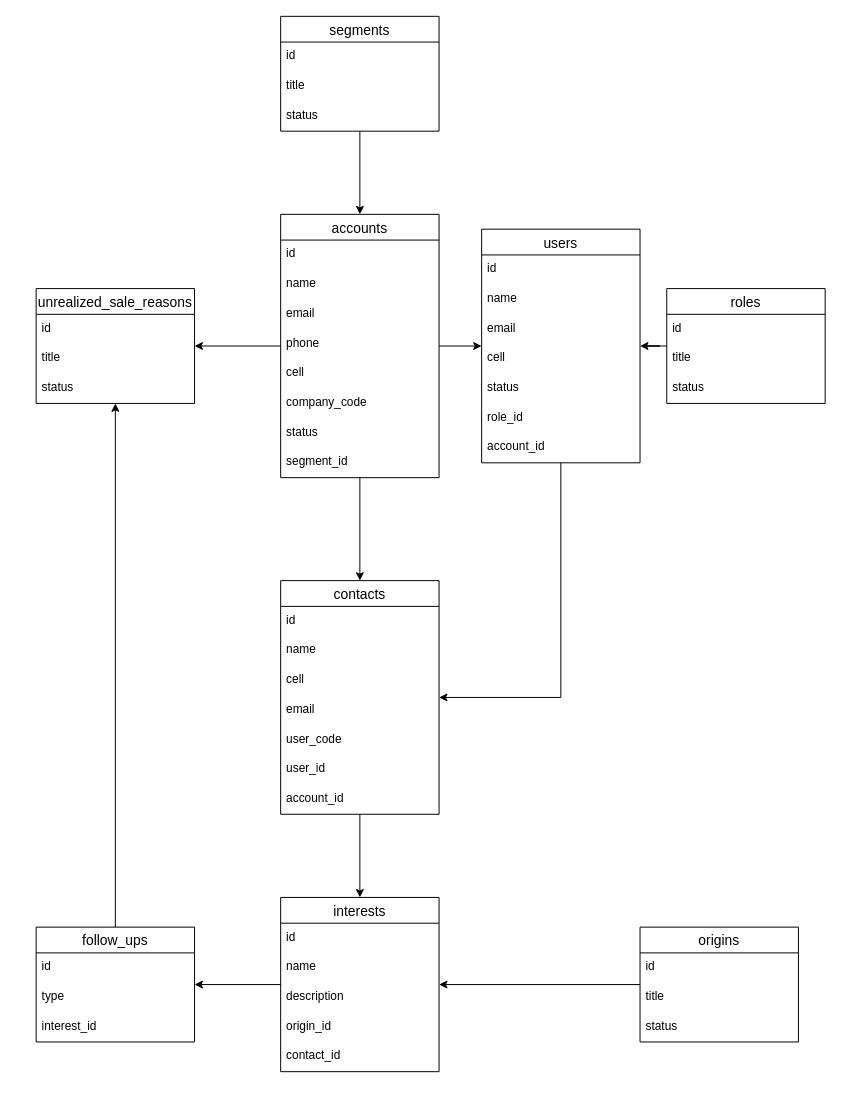
The draw.io diagram struct-db.drawio in thiago662/crm-core, before the edit. Source tidied: cells renumbered, new cells numbered last; positions are measured from the earlier drawing's top-left corner, leaving out a move shared by most shapes. Both pictures are drawn from the tidied source at 99%, with x=0, y=0 at pixel (36, 16).
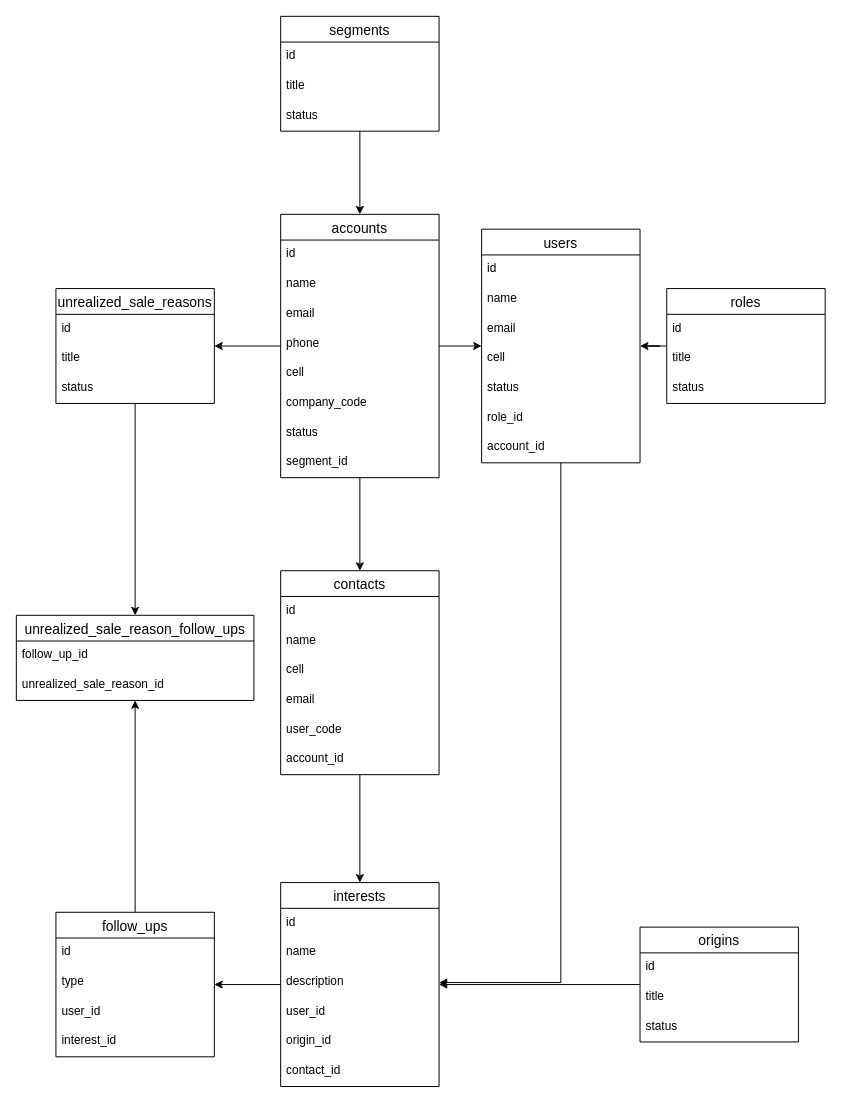
Above is the later version.

Unchanged cells that the change refers to:
```xml
<mxCell id="20" value="users" style="swimlane;fontStyle=0;horizontal=1;startSize=26;align=center;fontSize=14;" parent="1" vertex="1">
  <mxGeometry x="450" y="215" width="160" height="236" as="geometry" />
</mxCell>
```

Change to the diagram source:
```diff
@@
-    <mxCell id="19" style="edgeStyle=orthogonalEdgeStyle;rounded=0;jettySize=auto;html=1;" parent="1" edge="1" source="20" target="36">
+    <mxCell id="19" style="edgeStyle=orthogonalEdgeStyle;rounded=0;jettySize=auto;html=1;" parent="1" edge="1" source="20" target="29">
       <mxGeometry relative="1" as="geometry">
         <Array as="points">
-          <mxPoint x="530" y="688" />
+          <mxPoint x="530" y="976" />
         </Array>
       </mxGeometry>
     </mxCell>
@@
     <mxCell id="29" value="interests" style="swimlane;fontStyle=0;horizontal=1;startSize=26;align=center;fontSize=14;" parent="1" vertex="1">
-      <mxGeometry x="247" y="890" width="160" height="176" as="geometry" />
+      <mxGeometry x="247" y="875" width="160" height="206" as="geometry" />
     </mxCell>
@@
+    <mxCell id="42" value="user_id" style="text;strokeColor=none;fillColor=none;spacingLeft=4;spacingRight=4;overflow=hidden;fontSize=12;" parent="29" vertex="1">
+      <mxGeometry y="116" width="160" height="30" as="geometry" />
+    </mxCell>
     <mxCell id="33" value="origin_id" style="text;strokeColor=none;fillColor=none;spacingLeft=4;spacingRight=4;overflow=hidden;fontSize=12;" parent="29" vertex="1">
-      <mxGeometry y="116" width="160" height="30" as="geometry" />
+      <mxGeometry y="146" width="160" height="30" as="geometry" />
     </mxCell>
     <mxCell id="34" value="contact_id" style="text;strokeColor=none;fillColor=none;spacingLeft=4;spacingRight=4;overflow=hidden;fontSize=12;" parent="29" vertex="1">
-      <mxGeometry y="146" width="160" height="30" as="geometry" />
+      <mxGeometry y="176" width="160" height="30" as="geometry" />
     </mxCell>
@@
     <mxCell id="36" value="contacts" style="swimlane;fontStyle=0;horizontal=1;startSize=26;align=center;fontSize=14;" parent="1" vertex="1">
-      <mxGeometry x="247" y="570" width="160" height="236" as="geometry" />
+      <mxGeometry x="247" y="560" width="160" height="206" as="geometry" />
     </mxCell>
@@
-    <mxCell id="42" value="user_id" style="text;strokeColor=none;fillColor=none;spacingLeft=4;spacingRight=4;overflow=hidden;fontSize=12;" parent="36" vertex="1">
-      <mxGeometry y="176" width="160" height="30" as="geometry" />
-    </mxCell>
     <mxCell id="43" value="account_id" style="text;strokeColor=none;fillColor=none;spacingLeft=4;spacingRight=4;overflow=hidden;fontSize=12;" parent="36" vertex="1">
-      <mxGeometry y="206" width="160" height="30" as="geometry" />
+      <mxGeometry y="176" width="160" height="30" as="geometry" />
     </mxCell>
+    <mxCell id="63" style="edgeStyle=orthogonalEdgeStyle;rounded=0;jettySize=auto;html=1;" parent="1" edge="1" source="44" target="66">
+      <mxGeometry relative="1" as="geometry" />
+    </mxCell>
     <mxCell id="44" value="unrealized_sale_reasons" style="swimlane;fontStyle=0;horizontal=1;startSize=26;align=center;fontSize=14;" parent="1" vertex="1">
-      <mxGeometry y="275" width="160" height="116" as="geometry" />
+      <mxGeometry x="20" y="275" width="160" height="116" as="geometry" />
     </mxCell>
@@
-    <mxCell id="48" style="edgeStyle=orthogonalEdgeStyle;rounded=0;jettySize=auto;html=1;" parent="1" edge="1" source="49" target="44">
-      <mxGeometry relative="1" as="geometry" />
-    </mxCell>
+    <mxCell id="64" style="edgeStyle=orthogonalEdgeStyle;rounded=0;jettySize=auto;html=1;" parent="1" edge="1" source="49" target="66">
+      <mxGeometry relative="1" as="geometry" />
+    </mxCell>
     <mxCell id="49" value="follow_ups" style="swimlane;fontStyle=0;horizontal=1;startSize=26;align=center;fontSize=14;" parent="1" vertex="1">
-      <mxGeometry y="920" width="160" height="116" as="geometry" />
+      <mxGeometry x="20" y="905" width="160" height="146" as="geometry" />
     </mxCell>
@@
+    <mxCell id="65" value="user_id" style="text;strokeColor=none;fillColor=none;spacingLeft=4;spacingRight=4;overflow=hidden;fontSize=12;" parent="49" vertex="1">
+      <mxGeometry y="86" width="160" height="30" as="geometry" />
+    </mxCell>
     <mxCell id="52" value="interest_id" style="text;strokeColor=none;fillColor=none;spacingLeft=4;spacingRight=4;overflow=hidden;fontSize=12;" parent="49" vertex="1">
-      <mxGeometry y="86" width="160" height="30" as="geometry" />
+      <mxGeometry y="116" width="160" height="30" as="geometry" />
     </mxCell>
@@
+    <mxCell id="66" value="unrealized_sale_reason_follow_ups" style="swimlane;fontStyle=0;horizontal=1;startSize=26;align=center;fontSize=14;" parent="1" vertex="1">
+      <mxGeometry x="-20" y="605" width="240" height="86" as="geometry" />
+    </mxCell>
+    <mxCell id="67" value="follow_up_id" style="text;strokeColor=none;fillColor=none;spacingLeft=4;spacingRight=4;overflow=hidden;fontSize=12;" parent="66" vertex="1">
+      <mxGeometry y="26" width="240" height="30" as="geometry" />
+    </mxCell>
+    <mxCell id="68" value="unrealized_sale_reason_id" style="text;strokeColor=none;fillColor=none;spacingLeft=4;spacingRight=4;overflow=hidden;fontSize=12;" parent="66" vertex="1">
+      <mxGeometry y="56" width="240" height="30" as="geometry" />
+    </mxCell>
```
